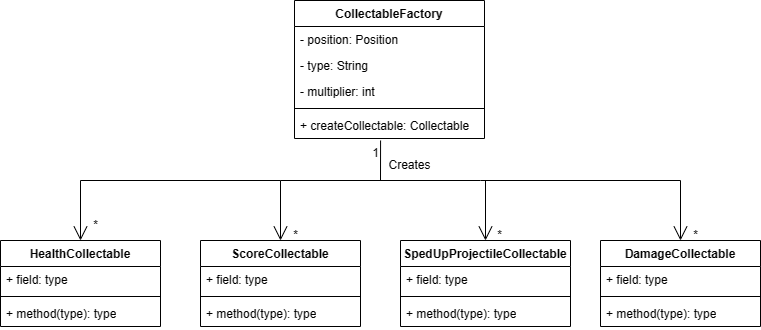
FEUP-LDTS-2023/project-l04gr03 keeps this draw.io diagram as docs/Images_UML/Factory_Pattern.png. Above is the earlier version. Source tidied: cells renumbered, new cells last; positions are measured from the earlier drawing's top-left corner, leaving out a move shared by most shapes.
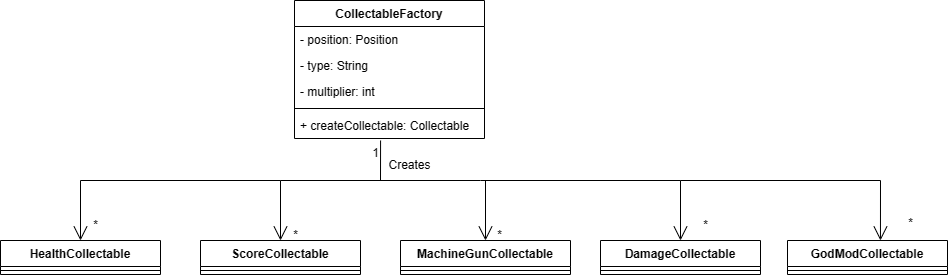
The same file after the commit.

The edit, as a diff of the source:
```diff
@@ -21,53 +21,29 @@
       <mxGeometry y="112" width="190" height="26" as="geometry" />
     </mxCell>
     <mxCell id="8" value="HealthCollectable" style="swimlane;fontStyle=1;align=center;verticalAlign=top;horizontal=1;startSize=26;whiteSpace=wrap;html=1;" parent="1" vertex="1">
-      <mxGeometry y="240" width="160" height="86" as="geometry" />
+      <mxGeometry y="240" width="160" height="34" as="geometry" />
     </mxCell>
-    <mxCell id="9" value="+ field: type" style="text;strokeColor=none;fillColor=none;align=left;verticalAlign=top;spacingLeft=4;spacingRight=4;overflow=hidden;whiteSpace=wrap;html=1;" parent="8" vertex="1">
-      <mxGeometry y="26" width="160" height="26" as="geometry" />
-    </mxCell>
     <mxCell id="10" style="line;strokeWidth=1;fillColor=none;align=left;verticalAlign=middle;spacingTop=-1;spacingLeft=3;spacingRight=3;labelPosition=right;strokeColor=inherit;" parent="8" vertex="1">
-      <mxGeometry y="52" width="160" height="8" as="geometry" />
+      <mxGeometry y="26" width="160" height="8" as="geometry" />
     </mxCell>
-    <mxCell id="11" value="+ method(type): type" style="text;strokeColor=none;fillColor=none;align=left;verticalAlign=top;spacingLeft=4;spacingRight=4;overflow=hidden;whiteSpace=wrap;html=1;" parent="8" vertex="1">
-      <mxGeometry y="60" width="160" height="26" as="geometry" />
-    </mxCell>
     <mxCell id="12" value="ScoreCollectable" style="swimlane;fontStyle=1;align=center;verticalAlign=top;horizontal=1;startSize=26;whiteSpace=wrap;html=1;" parent="1" vertex="1">
-      <mxGeometry x="200" y="240" width="160" height="86" as="geometry" />
+      <mxGeometry x="200" y="240" width="160" height="34" as="geometry" />
     </mxCell>
-    <mxCell id="13" value="+ field: type" style="text;strokeColor=none;fillColor=none;align=left;verticalAlign=top;spacingLeft=4;spacingRight=4;overflow=hidden;whiteSpace=wrap;html=1;" parent="12" vertex="1">
-      <mxGeometry y="26" width="160" height="26" as="geometry" />
-    </mxCell>
     <mxCell id="14" style="line;strokeWidth=1;fillColor=none;align=left;verticalAlign=middle;spacingTop=-1;spacingLeft=3;spacingRight=3;labelPosition=right;strokeColor=inherit;" parent="12" vertex="1">
-      <mxGeometry y="52" width="160" height="8" as="geometry" />
+      <mxGeometry y="26" width="160" height="8" as="geometry" />
     </mxCell>
-    <mxCell id="15" value="+ method(type): type" style="text;strokeColor=none;fillColor=none;align=left;verticalAlign=top;spacingLeft=4;spacingRight=4;overflow=hidden;whiteSpace=wrap;html=1;" parent="12" vertex="1">
-      <mxGeometry y="60" width="160" height="26" as="geometry" />
-    </mxCell>
-    <mxCell id="16" value="SpedUpProjectileCollectable" style="swimlane;fontStyle=1;align=center;verticalAlign=top;horizontal=1;startSize=26;whiteSpace=wrap;html=1;" parent="1" vertex="1">
-      <mxGeometry x="400" y="240" width="170" height="86" as="geometry" />
+    <mxCell id="16" value="MachineGunCollectable" style="swimlane;fontStyle=1;align=center;verticalAlign=top;horizontal=1;startSize=26;whiteSpace=wrap;html=1;" parent="1" vertex="1">
+      <mxGeometry x="400" y="240" width="170" height="34" as="geometry" />
     </mxCell>
-    <mxCell id="17" value="+ field: type" style="text;strokeColor=none;fillColor=none;align=left;verticalAlign=top;spacingLeft=4;spacingRight=4;overflow=hidden;whiteSpace=wrap;html=1;" parent="16" vertex="1">
-      <mxGeometry y="26" width="170" height="26" as="geometry" />
-    </mxCell>
     <mxCell id="18" style="line;strokeWidth=1;fillColor=none;align=left;verticalAlign=middle;spacingTop=-1;spacingLeft=3;spacingRight=3;labelPosition=right;strokeColor=inherit;" parent="16" vertex="1">
-      <mxGeometry y="52" width="170" height="8" as="geometry" />
+      <mxGeometry y="26" width="170" height="8" as="geometry" />
     </mxCell>
-    <mxCell id="19" value="+ method(type): type" style="text;strokeColor=none;fillColor=none;align=left;verticalAlign=top;spacingLeft=4;spacingRight=4;overflow=hidden;whiteSpace=wrap;html=1;" parent="16" vertex="1">
-      <mxGeometry y="60" width="170" height="26" as="geometry" />
-    </mxCell>
     <mxCell id="20" value="DamageCollectable" style="swimlane;fontStyle=1;align=center;verticalAlign=top;horizontal=1;startSize=26;whiteSpace=wrap;html=1;" parent="1" vertex="1">
-      <mxGeometry x="600" y="240" width="160" height="86" as="geometry" />
+      <mxGeometry x="600" y="240" width="160" height="34" as="geometry" />
     </mxCell>
-    <mxCell id="21" value="+ field: type" style="text;strokeColor=none;fillColor=none;align=left;verticalAlign=top;spacingLeft=4;spacingRight=4;overflow=hidden;whiteSpace=wrap;html=1;" parent="20" vertex="1">
-      <mxGeometry y="26" width="160" height="26" as="geometry" />
-    </mxCell>
     <mxCell id="22" style="line;strokeWidth=1;fillColor=none;align=left;verticalAlign=middle;spacingTop=-1;spacingLeft=3;spacingRight=3;labelPosition=right;strokeColor=inherit;" parent="20" vertex="1">
-      <mxGeometry y="52" width="160" height="8" as="geometry" />
+      <mxGeometry y="26" width="160" height="8" as="geometry" />
     </mxCell>
-    <mxCell id="23" value="+ method(type): type" style="text;strokeColor=none;fillColor=none;align=left;verticalAlign=top;spacingLeft=4;spacingRight=4;overflow=hidden;whiteSpace=wrap;html=1;" parent="20" vertex="1">
-      <mxGeometry y="60" width="160" height="26" as="geometry" />
-    </mxCell>
     <mxCell id="24" style="endArrow=open;endFill=1;endSize=12;html=1;rounded=0;entryX=0.5;entryY=0;entryDx=0;entryDy=0;" parent="1" edge="1" target="8">
       <mxGeometry relative="1" as="geometry">
         <mxPoint x="80" y="180" as="sourcePoint" />
@@ -124,10 +100,30 @@
       <mxGeometry x="484" y="220" width="30" height="30" as="geometry" />
     </mxCell>
     <mxCell id="36" value="*" style="text;html=1;align=center;verticalAlign=middle;strokeColor=none;fillColor=none;" parent="1" vertex="1">
-      <mxGeometry x="680" y="220" width="30" height="30" as="geometry" />
+      <mxGeometry x="690" y="210" width="30" height="30" as="geometry" />
     </mxCell>
     <mxCell id="37" value="1" style="text;html=1;align=center;verticalAlign=middle;strokeColor=none;fillColor=none;" parent="1" vertex="1">
       <mxGeometry x="360" y="138" width="30" height="30" as="geometry" />
     </mxCell>
+    <mxCell id="38" value="GodModCollectable" style="swimlane;fontStyle=1;align=center;verticalAlign=top;horizontal=1;startSize=26;whiteSpace=wrap;html=1;" parent="1" vertex="1">
+      <mxGeometry x="787" y="240" width="160" height="34" as="geometry" />
+    </mxCell>
+    <mxCell id="39" style="line;strokeWidth=1;fillColor=none;align=left;verticalAlign=middle;spacingTop=-1;spacingLeft=3;spacingRight=3;labelPosition=right;strokeColor=inherit;" parent="38" vertex="1">
+      <mxGeometry y="26" width="160" height="8" as="geometry" />
+    </mxCell>
+    <mxCell id="40" style="endArrow=open;endFill=1;endSize=12;html=1;rounded=0;entryX=0.581;entryY=0;entryDx=0;entryDy=0;entryPerimeter=0;" parent="1" edge="1" target="38">
+      <mxGeometry relative="1" as="geometry">
+        <mxPoint x="880" y="180" as="sourcePoint" />
+      </mxGeometry>
+    </mxCell>
+    <mxCell id="41" style="endArrow=none;html=1;rounded=0;" parent="1" edge="1">
+      <mxGeometry relative="1" as="geometry">
+        <mxPoint x="680" y="180" as="sourcePoint" />
+        <mxPoint x="880" y="180" as="targetPoint" />
+      </mxGeometry>
+    </mxCell>
+    <mxCell id="42" value="*" style="text;html=1;align=center;verticalAlign=middle;strokeColor=none;fillColor=none;" parent="1" vertex="1">
+      <mxGeometry x="895" y="208" width="30" height="30" as="geometry" />
+    </mxCell>
   </root>
 </mxGraphModel>
```
